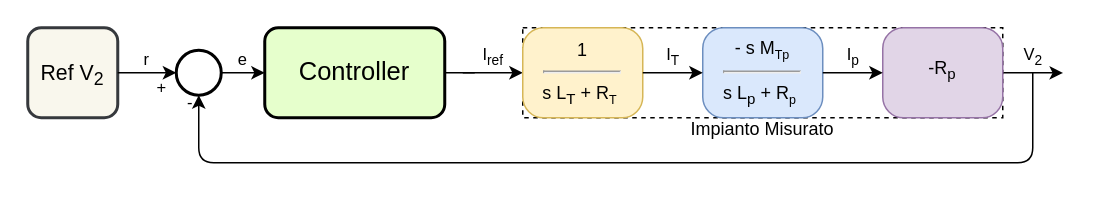
Earlier version of the draw.io diagram page "SchemaBlocchiV2Out" (2 of 2) of TesiMagistraleEma/Pictures/ModelloMatematico/SchemiBlocchi.drawio (Alfystar/fusionLab). Source tidied: cells renumbered, new cells numbered last; positions are measured from the earlier drawing's top-left corner, leaving out a move shared by most shapes. Both pictures are drawn from the tidied source at 150%, with x=0, y=0 at pixel (27, 27).
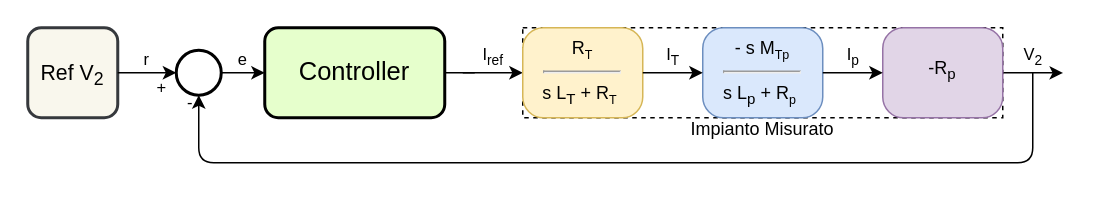
Above is the later version.

The change refers to these unchanged cells:
```xml
<mxCell id="14" value="Impianto Misurato" style="group;strokeColor=default;perimeterSpacing=0;dashed=1;strokeWidth=1;glass=0;shadow=0;sketch=0;rounded=0;verticalAlign=bottom;spacingBottom=-17;" parent="11" vertex="1">
  <mxGeometry x="40" width="320" height="60" as="geometry" />
</mxCell>
```

What changed in the source:
```diff
@@
-    <mxCell id="15" value="1&lt;hr&gt;s L&lt;sub&gt;T&lt;/sub&gt;&amp;nbsp;+ R&lt;span style=&quot;font-size: 10px&quot;&gt;&lt;sub&gt;T&lt;/sub&gt;&lt;/span&gt;&amp;nbsp;" style="rounded=1;whiteSpace=wrap;html=1;verticalAlign=bottom;align=center;arcSize=23;spacingBottom=4;fillColor=#fff2cc;strokeColor=#d6b656;" parent="14" vertex="1">
+    <mxCell id="15" value="R&lt;span style=&quot;font-size: 10px&quot;&gt;&lt;sub&gt;T&lt;/sub&gt;&lt;/span&gt;&lt;hr&gt;s L&lt;sub&gt;T&lt;/sub&gt;&amp;nbsp;+ R&lt;span style=&quot;font-size: 10px&quot;&gt;&lt;sub&gt;T&lt;/sub&gt;&lt;/span&gt;&amp;nbsp;" style="rounded=1;whiteSpace=wrap;html=1;verticalAlign=bottom;align=center;arcSize=23;spacingBottom=4;fillColor=#fff2cc;strokeColor=#d6b656;" parent="14" vertex="1">
       <mxGeometry width="80" height="60" as="geometry" />
     </mxCell>
```
